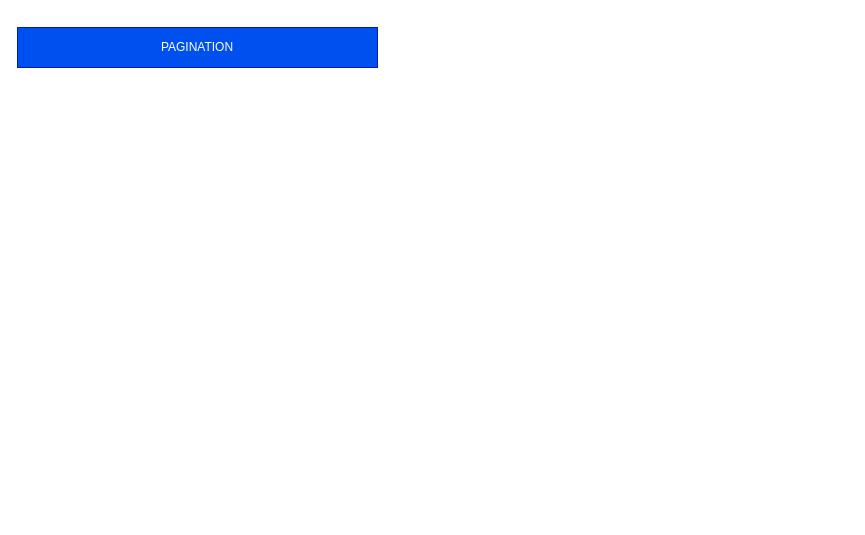
This is page "Page-1" (1 of 2) of Algorithm Booking-System.drawio from Farhan-Nawwafal/flowcharts-algorithm, a draw.io file, before an edit. Source tidied: cells renumbered, new cells numbered last; positions are measured from the earlier drawing's top-left corner, leaving out a move shared by most shapes. Both pictures are drawn from the tidied source at 100%, with x=0, y=0 at pixel (17, 27).
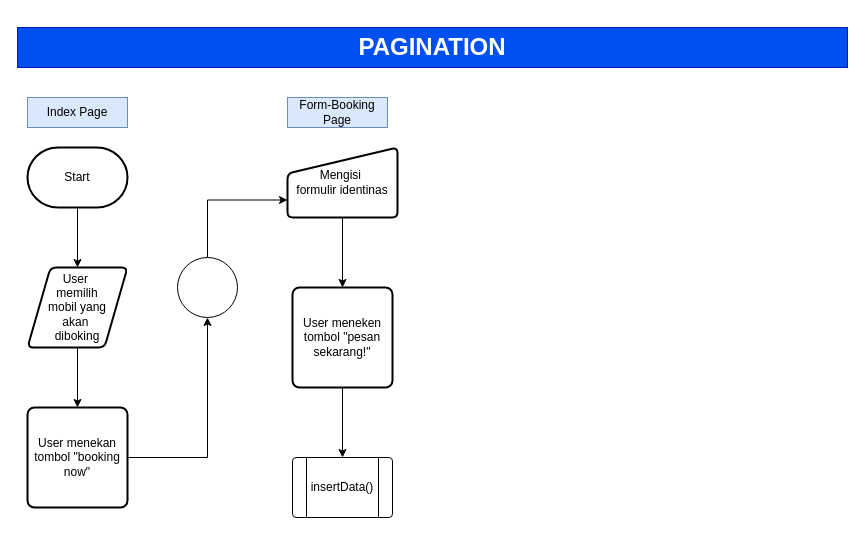
The same diagram, later.

Change to the diagram source:
```diff
@@
-    <mxCell id="2" value="PAGINATION" style="rounded=0;whiteSpace=wrap;html=1;fillColor=#0050ef;strokeColor=#001DBC;glass=0;shadow=0;fontColor=#ffffff;" parent="1" vertex="1">
-      <mxGeometry width="360" height="40" as="geometry" />
+    <mxCell id="2" value="&lt;h1&gt;PAGINATION&lt;/h1&gt;" style="rounded=0;whiteSpace=wrap;html=1;fillColor=#0050ef;strokeColor=#001DBC;glass=0;shadow=0;fontColor=#ffffff;" parent="1" vertex="1">
+      <mxGeometry width="830" height="40" as="geometry" />
     </mxCell>
+    <mxCell id="3" value="Index Page" style="rounded=0;whiteSpace=wrap;html=1;fillColor=#dae8fc;strokeColor=#6c8ebf;" parent="1" vertex="1">
+      <mxGeometry x="10" y="70" width="100" height="30" as="geometry" />
+    </mxCell>
+    <mxCell id="4" style="edgeStyle=orthogonalEdgeStyle;rounded=0;jettySize=auto;html=1;" parent="1" edge="1" source="5" target="7">
+      <mxGeometry relative="1" as="geometry" />
+    </mxCell>
+    <mxCell id="5" value="Start" style="strokeWidth=2;html=1;shape=mxgraph.flowchart.terminator;whiteSpace=wrap;" parent="1" vertex="1">
+      <mxGeometry x="10" y="120" width="100" height="60" as="geometry" />
+    </mxCell>
+    <mxCell id="6" style="edgeStyle=orthogonalEdgeStyle;rounded=0;jettySize=auto;html=1;" parent="1" edge="1" source="7" target="8">
+      <mxGeometry relative="1" as="geometry" />
+    </mxCell>
+    <mxCell id="7" value="User&amp;nbsp;&lt;div&gt;memilih&lt;div&gt;mobil yang&lt;/div&gt;&lt;div&gt;akan&amp;nbsp;&lt;/div&gt;&lt;div&gt;diboking&lt;/div&gt;&lt;/div&gt;" style="shape=parallelogram;html=1;strokeWidth=2;perimeter=parallelogramPerimeter;whiteSpace=wrap;rounded=1;arcSize=12;size=0.23;" parent="1" vertex="1">
+      <mxGeometry x="10" y="240" width="100" height="80" as="geometry" />
+    </mxCell>
+    <mxCell id="8" value="User menekan tombol &quot;booking now&quot;" style="rounded=1;whiteSpace=wrap;html=1;absoluteArcSize=1;arcSize=14;strokeWidth=2;" parent="1" vertex="1">
+      <mxGeometry x="10" y="380" width="100" height="100" as="geometry" />
+    </mxCell>
+    <mxCell id="9" value="Form-Booking Page" style="rounded=0;whiteSpace=wrap;html=1;fillColor=#dae8fc;strokeColor=#6c8ebf;" parent="1" vertex="1">
+      <mxGeometry x="270" y="70" width="100" height="30" as="geometry" />
+    </mxCell>
+    <mxCell id="10" style="edgeStyle=orthogonalEdgeStyle;rounded=0;jettySize=auto;html=1;entryX=0;entryY=0.75;entryDx=0;entryDy=0;" parent="1" edge="1" source="11" target="14">
+      <mxGeometry relative="1" as="geometry">
+        <Array as="points">
+          <mxPoint x="190" y="172" />
+        </Array>
+      </mxGeometry>
+    </mxCell>
+    <mxCell id="11" style="verticalLabelPosition=bottom;verticalAlign=top;html=1;shape=mxgraph.flowchart.on-page_reference;" parent="1" vertex="1">
+      <mxGeometry x="160" y="230" width="60" height="60" as="geometry" />
+    </mxCell>
+    <mxCell id="12" style="edgeStyle=orthogonalEdgeStyle;rounded=0;jettySize=auto;html=1;entryX=0.5;entryY=1;entryDx=0;entryDy=0;entryPerimeter=0;" parent="1" edge="1" source="8" target="11">
+      <mxGeometry relative="1" as="geometry" />
+    </mxCell>
+    <mxCell id="13" style="edgeStyle=orthogonalEdgeStyle;rounded=0;jettySize=auto;html=1;entryX=0.5;entryY=0;entryDx=0;entryDy=0;" parent="1" edge="1" source="14" target="16">
+      <mxGeometry relative="1" as="geometry" />
+    </mxCell>
+    <mxCell id="14" value="Mengisi&amp;nbsp;&lt;div&gt;formulir identinas&lt;/div&gt;" style="html=1;strokeWidth=2;shape=manualInput;whiteSpace=wrap;rounded=1;size=26;arcSize=11;" parent="1" vertex="1">
+      <mxGeometry x="270" y="120" width="110" height="70" as="geometry" />
+    </mxCell>
+    <mxCell id="15" style="edgeStyle=orthogonalEdgeStyle;rounded=0;jettySize=auto;html=1;entryX=0.5;entryY=0;entryDx=0;entryDy=0;" parent="1" edge="1" source="16" target="17">
+      <mxGeometry relative="1" as="geometry" />
+    </mxCell>
+    <mxCell id="16" value="User meneken&lt;div&gt;tombol &quot;pesan&lt;/div&gt;&lt;div&gt;sekarang!&quot;&lt;/div&gt;" style="rounded=1;whiteSpace=wrap;html=1;absoluteArcSize=1;arcSize=14;strokeWidth=2;" parent="1" vertex="1">
+      <mxGeometry x="275" y="260" width="100" height="100" as="geometry" />
+    </mxCell>
+    <mxCell id="17" style="verticalLabelPosition=bottom;verticalAlign=top;html=1;shape=process;whiteSpace=wrap;rounded=1;size=0.14;arcSize=6;" parent="1" vertex="1">
+      <mxGeometry x="275" y="430" width="100" height="60" as="geometry" />
+    </mxCell>
+    <mxCell id="18" value="insertData()" style="text;html=1;align=center;verticalAlign=middle;whiteSpace=wrap;rounded=0;" parent="1" vertex="1">
+      <mxGeometry x="295" y="445" width="60" height="30" as="geometry" />
+    </mxCell>
```
